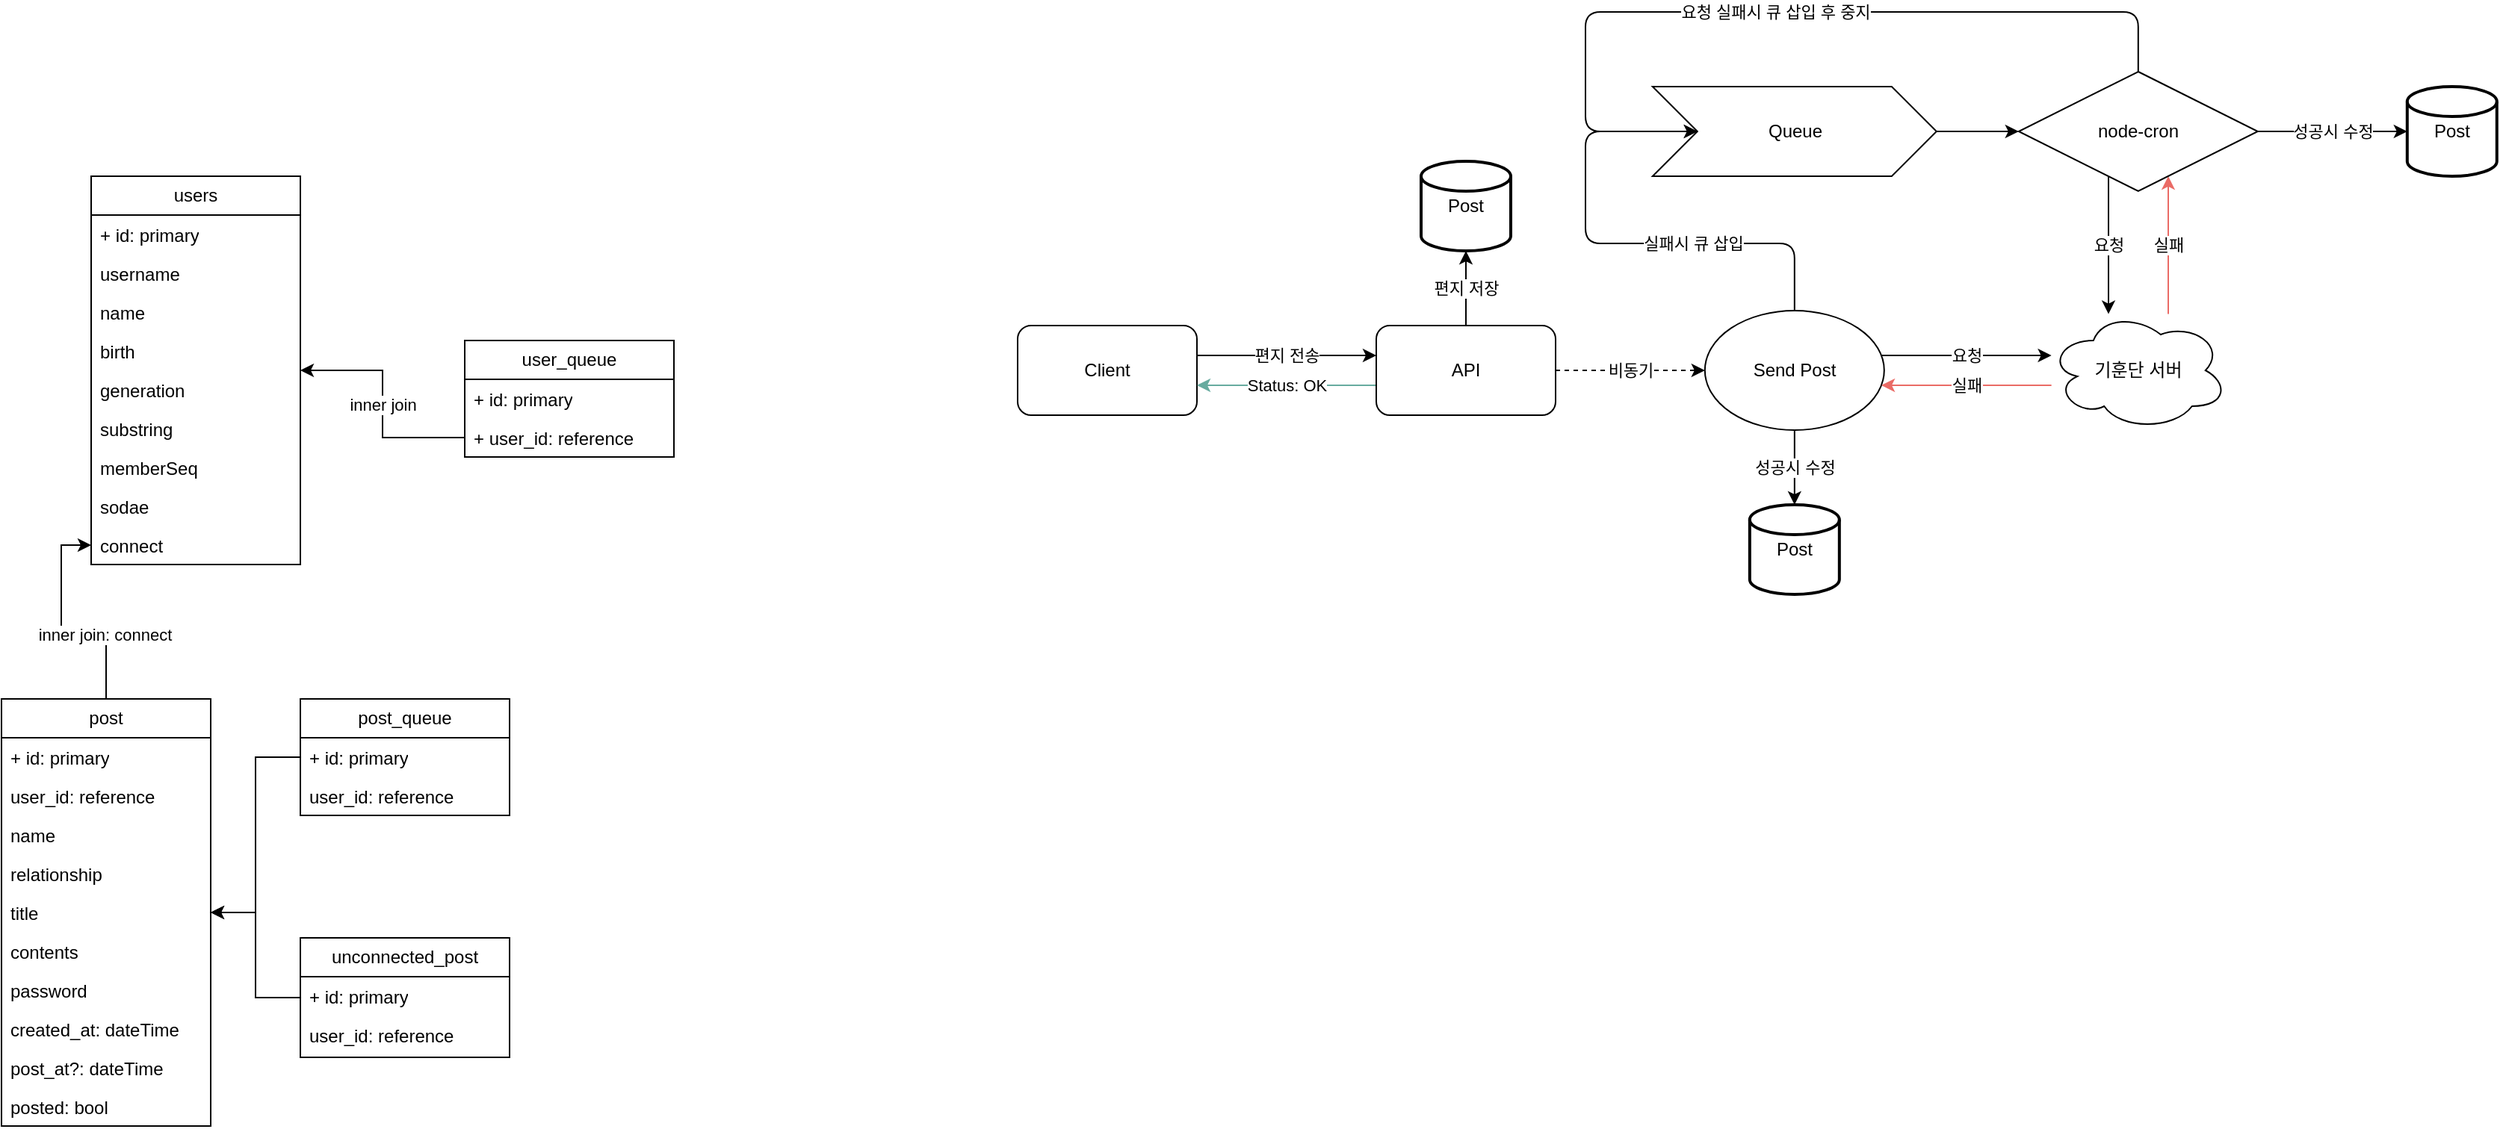
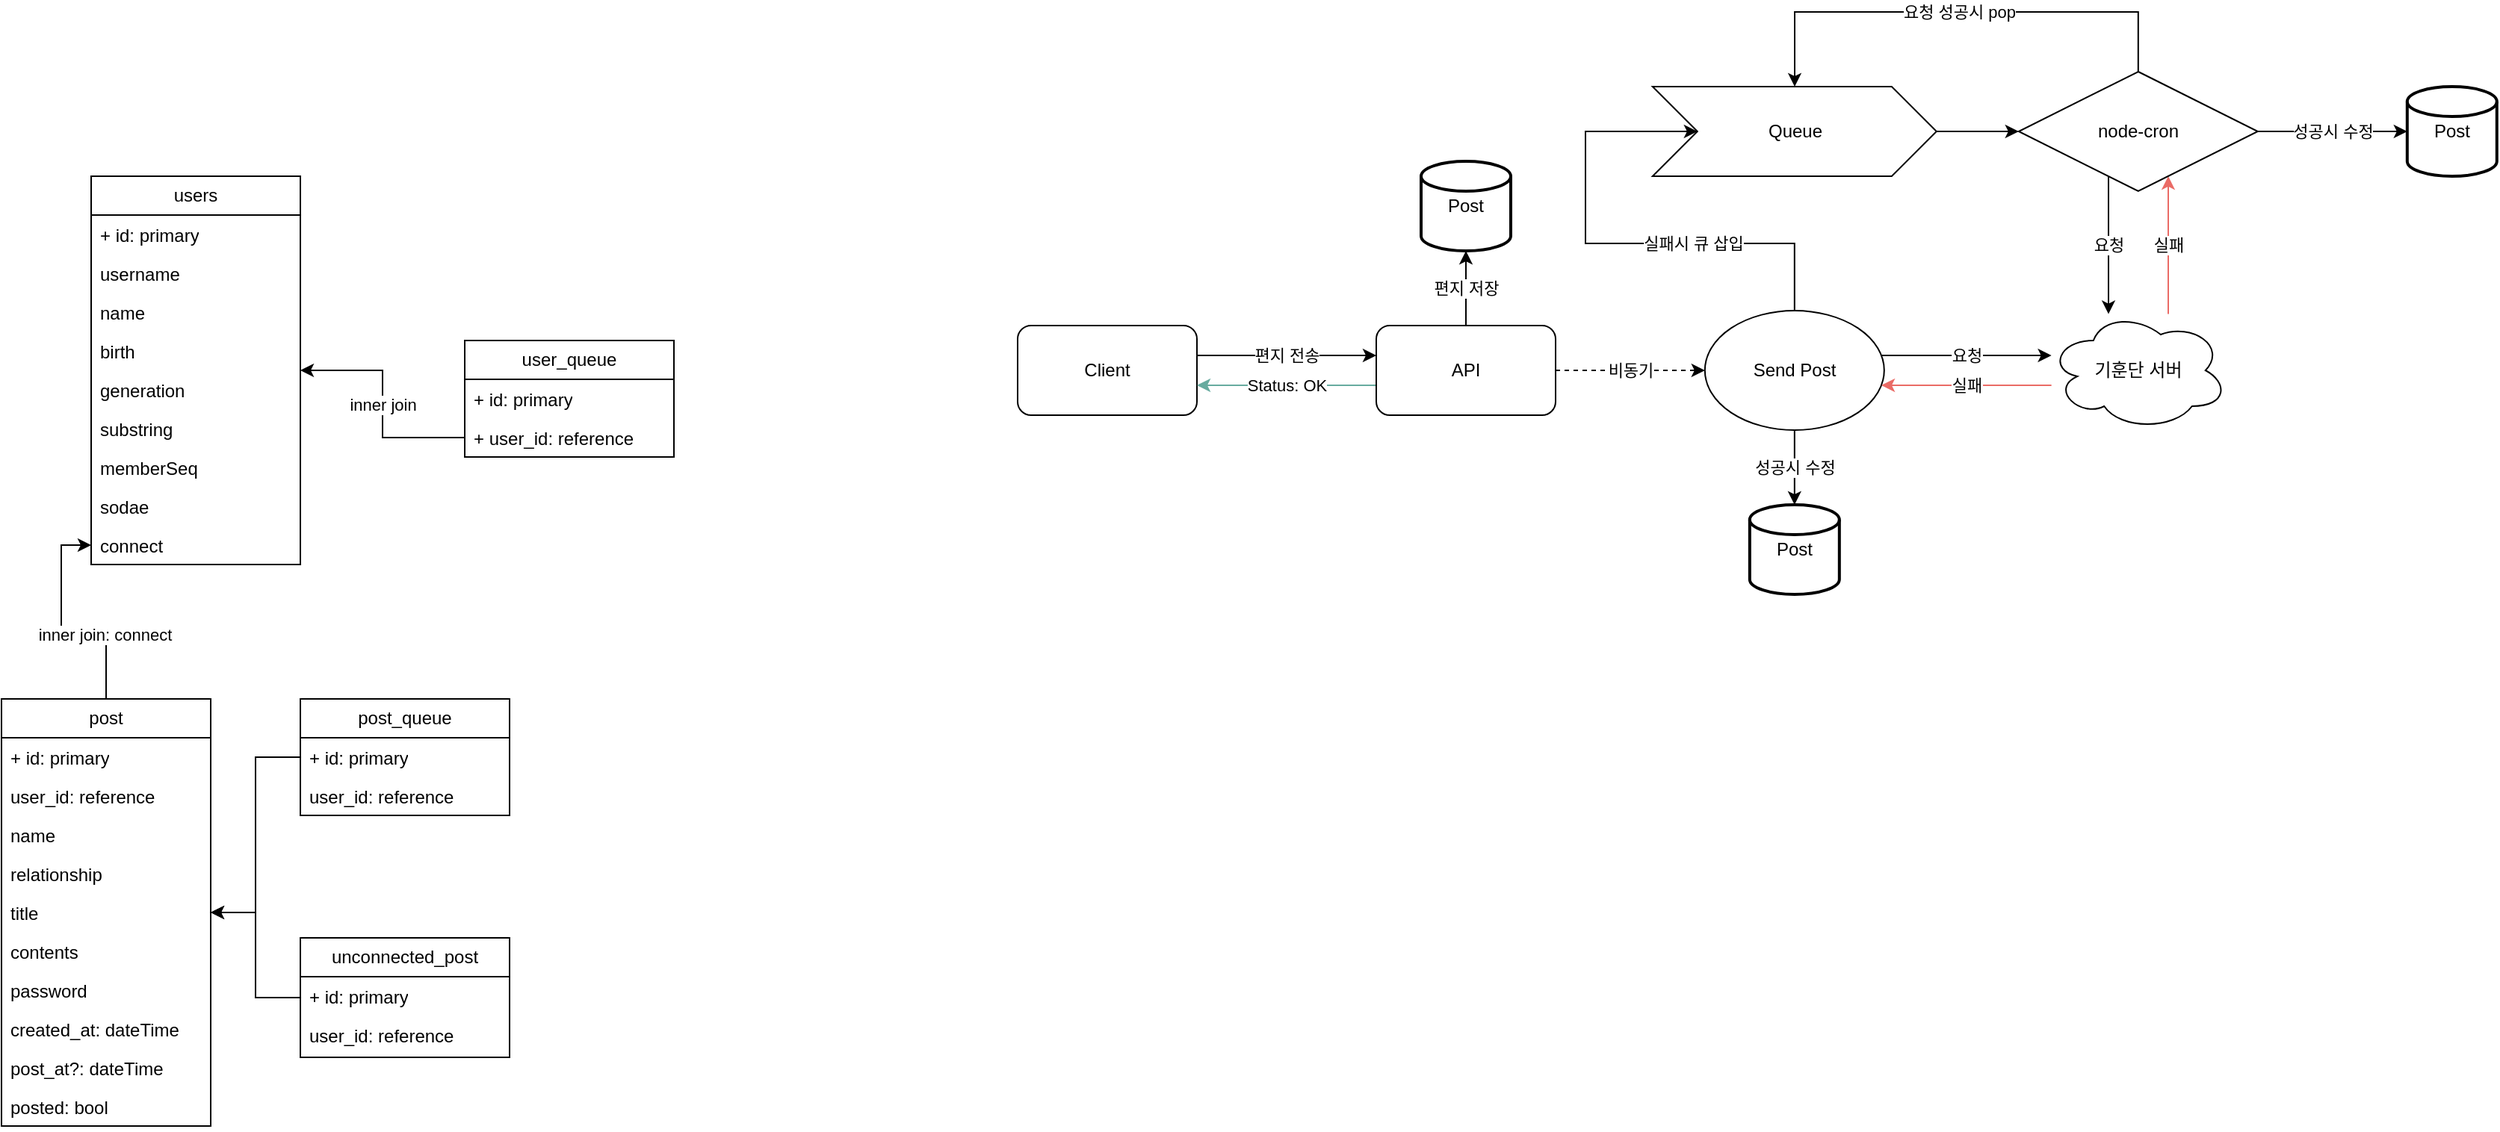
- <mxfile host="app.diagrams.net" modified="2024-04-08T14:21:34.206Z" agent="Mozilla/5.0 (X11; Linux x86_64) AppleWebKit/537.36 (KHTML, like Gecko) Chrome/109.0.0.0 Safari/537.36" etag="FAPJMaf7xXMzCKuL0A_P" version="24.2.2" type="github">
+ <mxfile host="app.diagrams.net" modified="2024-04-08T14:29:32.790Z" agent="Mozilla/5.0 (X11; Linux x86_64) AppleWebKit/537.36 (KHTML, like Gecko) Chrome/109.0.0.0 Safari/537.36" etag="EEj_3m9puOMdSXRLdxun" version="24.2.2" type="github">
  <diagram name="페이지-1" id="YYIqQqlZSumYDMB_ZiYN">
    <mxGraphModel dx="1195" dy="647" grid="1" gridSize="10" guides="1" tooltips="1" connect="1" arrows="1" fold="1" page="1" pageScale="1" pageWidth="827" pageHeight="1169" math="0" shadow="0">
      <root>
        <mxCell id="0" />
        <mxCell id="1" parent="0" />
        <mxCell id="AZsRamwOxZUp80OkMe_C-2" value="users" style="swimlane;fontStyle=0;childLayout=stackLayout;horizontal=1;startSize=26;fillColor=none;horizontalStack=0;resizeParent=1;resizeParentMax=0;resizeLast=0;collapsible=1;marginBottom=0;whiteSpace=wrap;html=1;" parent="1" vertex="1">
          <mxGeometry x="140" y="250" width="140" height="260" as="geometry" />
        </mxCell>
        <mxCell id="AZsRamwOxZUp80OkMe_C-3" value="+ id: primary" style="text;strokeColor=none;fillColor=none;align=left;verticalAlign=top;spacingLeft=4;spacingRight=4;overflow=hidden;rotatable=0;points=[[0,0.5],[1,0.5]];portConstraint=eastwest;whiteSpace=wrap;html=1;" parent="AZsRamwOxZUp80OkMe_C-2" vertex="1">
          <mxGeometry y="26" width="140" height="26" as="geometry" />
        </mxCell>
        <mxCell id="AZsRamwOxZUp80OkMe_C-4" value="username" style="text;strokeColor=none;fillColor=none;align=left;verticalAlign=top;spacingLeft=4;spacingRight=4;overflow=hidden;rotatable=0;points=[[0,0.5],[1,0.5]];portConstraint=eastwest;whiteSpace=wrap;html=1;" parent="AZsRamwOxZUp80OkMe_C-2" vertex="1">
          <mxGeometry y="52" width="140" height="26" as="geometry" />
        </mxCell>
        <mxCell id="AZsRamwOxZUp80OkMe_C-5" value="name" style="text;strokeColor=none;fillColor=none;align=left;verticalAlign=top;spacingLeft=4;spacingRight=4;overflow=hidden;rotatable=0;points=[[0,0.5],[1,0.5]];portConstraint=eastwest;whiteSpace=wrap;html=1;" parent="AZsRamwOxZUp80OkMe_C-2" vertex="1">
          <mxGeometry y="78" width="140" height="26" as="geometry" />
        </mxCell>
        <mxCell id="AZsRamwOxZUp80OkMe_C-10" value="birth" style="text;strokeColor=none;fillColor=none;align=left;verticalAlign=top;spacingLeft=4;spacingRight=4;overflow=hidden;rotatable=0;points=[[0,0.5],[1,0.5]];portConstraint=eastwest;whiteSpace=wrap;html=1;" parent="AZsRamwOxZUp80OkMe_C-2" vertex="1">
          <mxGeometry y="104" width="140" height="26" as="geometry" />
        </mxCell>
        <mxCell id="AZsRamwOxZUp80OkMe_C-11" value="generation" style="text;strokeColor=none;fillColor=none;align=left;verticalAlign=top;spacingLeft=4;spacingRight=4;overflow=hidden;rotatable=0;points=[[0,0.5],[1,0.5]];portConstraint=eastwest;whiteSpace=wrap;html=1;" parent="AZsRamwOxZUp80OkMe_C-2" vertex="1">
          <mxGeometry y="130" width="140" height="26" as="geometry" />
        </mxCell>
        <mxCell id="AZsRamwOxZUp80OkMe_C-12" value="substring" style="text;strokeColor=none;fillColor=none;align=left;verticalAlign=top;spacingLeft=4;spacingRight=4;overflow=hidden;rotatable=0;points=[[0,0.5],[1,0.5]];portConstraint=eastwest;whiteSpace=wrap;html=1;" parent="AZsRamwOxZUp80OkMe_C-2" vertex="1">
          <mxGeometry y="156" width="140" height="26" as="geometry" />
        </mxCell>
        <mxCell id="AZsRamwOxZUp80OkMe_C-15" value="memberSeq" style="text;strokeColor=none;fillColor=none;align=left;verticalAlign=top;spacingLeft=4;spacingRight=4;overflow=hidden;rotatable=0;points=[[0,0.5],[1,0.5]];portConstraint=eastwest;whiteSpace=wrap;html=1;" parent="AZsRamwOxZUp80OkMe_C-2" vertex="1">
          <mxGeometry y="182" width="140" height="26" as="geometry" />
        </mxCell>
        <mxCell id="AZsRamwOxZUp80OkMe_C-14" value="sodae" style="text;strokeColor=none;fillColor=none;align=left;verticalAlign=top;spacingLeft=4;spacingRight=4;overflow=hidden;rotatable=0;points=[[0,0.5],[1,0.5]];portConstraint=eastwest;whiteSpace=wrap;html=1;" parent="AZsRamwOxZUp80OkMe_C-2" vertex="1">
          <mxGeometry y="208" width="140" height="26" as="geometry" />
        </mxCell>
        <mxCell id="AZsRamwOxZUp80OkMe_C-16" value="connect" style="text;strokeColor=none;fillColor=none;align=left;verticalAlign=top;spacingLeft=4;spacingRight=4;overflow=hidden;rotatable=0;points=[[0,0.5],[1,0.5]];portConstraint=eastwest;whiteSpace=wrap;html=1;" parent="AZsRamwOxZUp80OkMe_C-2" vertex="1">
          <mxGeometry y="234" width="140" height="26" as="geometry" />
        </mxCell>
        <mxCell id="AZsRamwOxZUp80OkMe_C-6" value="user_queue" style="swimlane;fontStyle=0;childLayout=stackLayout;horizontal=1;startSize=26;fillColor=none;horizontalStack=0;resizeParent=1;resizeParentMax=0;resizeLast=0;collapsible=1;marginBottom=0;whiteSpace=wrap;html=1;" parent="1" vertex="1">
          <mxGeometry x="390" y="360" width="140" height="78" as="geometry" />
        </mxCell>
        <mxCell id="AZsRamwOxZUp80OkMe_C-18" value="+ id: primary" style="text;strokeColor=none;fillColor=none;align=left;verticalAlign=top;spacingLeft=4;spacingRight=4;overflow=hidden;rotatable=0;points=[[0,0.5],[1,0.5]];portConstraint=eastwest;whiteSpace=wrap;html=1;" parent="AZsRamwOxZUp80OkMe_C-6" vertex="1">
          <mxGeometry y="26" width="140" height="26" as="geometry" />
        </mxCell>
        <mxCell id="AZsRamwOxZUp80OkMe_C-7" value="+ user_id: reference" style="text;strokeColor=none;fillColor=none;align=left;verticalAlign=top;spacingLeft=4;spacingRight=4;overflow=hidden;rotatable=0;points=[[0,0.5],[1,0.5]];portConstraint=eastwest;whiteSpace=wrap;html=1;" parent="AZsRamwOxZUp80OkMe_C-6" vertex="1">
          <mxGeometry y="52" width="140" height="26" as="geometry" />
        </mxCell>
        <mxCell id="AZsRamwOxZUp80OkMe_C-19" value="inner join" style="edgeStyle=orthogonalEdgeStyle;rounded=0;orthogonalLoop=1;jettySize=auto;html=1;" parent="1" source="AZsRamwOxZUp80OkMe_C-7" target="AZsRamwOxZUp80OkMe_C-2" edge="1">
          <mxGeometry relative="1" as="geometry" />
        </mxCell>
        <mxCell id="F6sanjwA14LKa2ckui42-2" style="edgeStyle=orthogonalEdgeStyle;rounded=0;orthogonalLoop=1;jettySize=auto;html=1;" parent="1" source="AZsRamwOxZUp80OkMe_C-20" target="AZsRamwOxZUp80OkMe_C-16" edge="1">
          <mxGeometry relative="1" as="geometry" />
        </mxCell>
        <mxCell id="F6sanjwA14LKa2ckui42-3" value="inner join: connect" style="edgeLabel;html=1;align=center;verticalAlign=middle;resizable=0;points=[];" parent="F6sanjwA14LKa2ckui42-2" vertex="1" connectable="0">
          <mxGeometry x="-0.4284" y="1" relative="1" as="geometry">
            <mxPoint as="offset" />
          </mxGeometry>
        </mxCell>
        <mxCell id="AZsRamwOxZUp80OkMe_C-20" value="post" style="swimlane;fontStyle=0;childLayout=stackLayout;horizontal=1;startSize=26;fillColor=none;horizontalStack=0;resizeParent=1;resizeParentMax=0;resizeLast=0;collapsible=1;marginBottom=0;whiteSpace=wrap;html=1;" parent="1" vertex="1">
          <mxGeometry x="80" y="600" width="140" height="286" as="geometry" />
        </mxCell>
        <mxCell id="AZsRamwOxZUp80OkMe_C-21" value="+ id: primary" style="text;strokeColor=none;fillColor=none;align=left;verticalAlign=top;spacingLeft=4;spacingRight=4;overflow=hidden;rotatable=0;points=[[0,0.5],[1,0.5]];portConstraint=eastwest;whiteSpace=wrap;html=1;" parent="AZsRamwOxZUp80OkMe_C-20" vertex="1">
          <mxGeometry y="26" width="140" height="26" as="geometry" />
        </mxCell>
        <mxCell id="AZsRamwOxZUp80OkMe_C-22" value="user_id: reference" style="text;strokeColor=none;fillColor=none;align=left;verticalAlign=top;spacingLeft=4;spacingRight=4;overflow=hidden;rotatable=0;points=[[0,0.5],[1,0.5]];portConstraint=eastwest;whiteSpace=wrap;html=1;" parent="AZsRamwOxZUp80OkMe_C-20" vertex="1">
          <mxGeometry y="52" width="140" height="26" as="geometry" />
        </mxCell>
        <mxCell id="AZsRamwOxZUp80OkMe_C-23" value="name" style="text;strokeColor=none;fillColor=none;align=left;verticalAlign=top;spacingLeft=4;spacingRight=4;overflow=hidden;rotatable=0;points=[[0,0.5],[1,0.5]];portConstraint=eastwest;whiteSpace=wrap;html=1;" parent="AZsRamwOxZUp80OkMe_C-20" vertex="1">
          <mxGeometry y="78" width="140" height="26" as="geometry" />
        </mxCell>
        <mxCell id="AZsRamwOxZUp80OkMe_C-24" value="relationship" style="text;strokeColor=none;fillColor=none;align=left;verticalAlign=top;spacingLeft=4;spacingRight=4;overflow=hidden;rotatable=0;points=[[0,0.5],[1,0.5]];portConstraint=eastwest;whiteSpace=wrap;html=1;" parent="AZsRamwOxZUp80OkMe_C-20" vertex="1">
          <mxGeometry y="104" width="140" height="26" as="geometry" />
        </mxCell>
        <mxCell id="AZsRamwOxZUp80OkMe_C-25" value="title" style="text;strokeColor=none;fillColor=none;align=left;verticalAlign=top;spacingLeft=4;spacingRight=4;overflow=hidden;rotatable=0;points=[[0,0.5],[1,0.5]];portConstraint=eastwest;whiteSpace=wrap;html=1;" parent="AZsRamwOxZUp80OkMe_C-20" vertex="1">
          <mxGeometry y="130" width="140" height="26" as="geometry" />
        </mxCell>
        <mxCell id="AZsRamwOxZUp80OkMe_C-26" value="contents" style="text;strokeColor=none;fillColor=none;align=left;verticalAlign=top;spacingLeft=4;spacingRight=4;overflow=hidden;rotatable=0;points=[[0,0.5],[1,0.5]];portConstraint=eastwest;whiteSpace=wrap;html=1;" parent="AZsRamwOxZUp80OkMe_C-20" vertex="1">
          <mxGeometry y="156" width="140" height="26" as="geometry" />
        </mxCell>
        <mxCell id="AZsRamwOxZUp80OkMe_C-27" value="password" style="text;strokeColor=none;fillColor=none;align=left;verticalAlign=top;spacingLeft=4;spacingRight=4;overflow=hidden;rotatable=0;points=[[0,0.5],[1,0.5]];portConstraint=eastwest;whiteSpace=wrap;html=1;" parent="AZsRamwOxZUp80OkMe_C-20" vertex="1">
          <mxGeometry y="182" width="140" height="26" as="geometry" />
        </mxCell>
        <mxCell id="AZsRamwOxZUp80OkMe_C-28" value="created_at: dateTime" style="text;strokeColor=none;fillColor=none;align=left;verticalAlign=top;spacingLeft=4;spacingRight=4;overflow=hidden;rotatable=0;points=[[0,0.5],[1,0.5]];portConstraint=eastwest;whiteSpace=wrap;html=1;" parent="AZsRamwOxZUp80OkMe_C-20" vertex="1">
          <mxGeometry y="208" width="140" height="26" as="geometry" />
        </mxCell>
        <mxCell id="AZsRamwOxZUp80OkMe_C-41" value="post_at?: dateTime" style="text;strokeColor=none;fillColor=none;align=left;verticalAlign=top;spacingLeft=4;spacingRight=4;overflow=hidden;rotatable=0;points=[[0,0.5],[1,0.5]];portConstraint=eastwest;whiteSpace=wrap;html=1;" parent="AZsRamwOxZUp80OkMe_C-20" vertex="1">
          <mxGeometry y="234" width="140" height="26" as="geometry" />
        </mxCell>
        <mxCell id="AZsRamwOxZUp80OkMe_C-42" value="posted: bool" style="text;strokeColor=none;fillColor=none;align=left;verticalAlign=top;spacingLeft=4;spacingRight=4;overflow=hidden;rotatable=0;points=[[0,0.5],[1,0.5]];portConstraint=eastwest;whiteSpace=wrap;html=1;" parent="AZsRamwOxZUp80OkMe_C-20" vertex="1">
          <mxGeometry y="260" width="140" height="26" as="geometry" />
        </mxCell>
        <mxCell id="F6sanjwA14LKa2ckui42-4" style="edgeStyle=orthogonalEdgeStyle;rounded=0;orthogonalLoop=1;jettySize=auto;html=1;" parent="1" source="AZsRamwOxZUp80OkMe_C-30" target="AZsRamwOxZUp80OkMe_C-20" edge="1">
          <mxGeometry relative="1" as="geometry" />
        </mxCell>
        <mxCell id="AZsRamwOxZUp80OkMe_C-30" value="post_queue" style="swimlane;fontStyle=0;childLayout=stackLayout;horizontal=1;startSize=26;fillColor=none;horizontalStack=0;resizeParent=1;resizeParentMax=0;resizeLast=0;collapsible=1;marginBottom=0;whiteSpace=wrap;html=1;" parent="1" vertex="1">
          <mxGeometry x="280" y="600" width="140" height="78" as="geometry" />
        </mxCell>
        <mxCell id="AZsRamwOxZUp80OkMe_C-31" value="+ id: primary" style="text;strokeColor=none;fillColor=none;align=left;verticalAlign=top;spacingLeft=4;spacingRight=4;overflow=hidden;rotatable=0;points=[[0,0.5],[1,0.5]];portConstraint=eastwest;whiteSpace=wrap;html=1;" parent="AZsRamwOxZUp80OkMe_C-30" vertex="1">
          <mxGeometry y="26" width="140" height="26" as="geometry" />
        </mxCell>
        <mxCell id="AZsRamwOxZUp80OkMe_C-32" value="user_id: reference" style="text;strokeColor=none;fillColor=none;align=left;verticalAlign=top;spacingLeft=4;spacingRight=4;overflow=hidden;rotatable=0;points=[[0,0.5],[1,0.5]];portConstraint=eastwest;whiteSpace=wrap;html=1;" parent="AZsRamwOxZUp80OkMe_C-30" vertex="1">
          <mxGeometry y="52" width="140" height="26" as="geometry" />
        </mxCell>
        <mxCell id="F6sanjwA14LKa2ckui42-5" style="edgeStyle=orthogonalEdgeStyle;rounded=0;orthogonalLoop=1;jettySize=auto;html=1;" parent="1" source="AZsRamwOxZUp80OkMe_C-46" target="AZsRamwOxZUp80OkMe_C-20" edge="1">
          <mxGeometry relative="1" as="geometry" />
        </mxCell>
        <mxCell id="AZsRamwOxZUp80OkMe_C-46" value="unconnected_post" style="swimlane;fontStyle=0;childLayout=stackLayout;horizontal=1;startSize=26;fillColor=none;horizontalStack=0;resizeParent=1;resizeParentMax=0;resizeLast=0;collapsible=1;marginBottom=0;whiteSpace=wrap;html=1;" parent="1" vertex="1">
          <mxGeometry x="280" y="760" width="140" height="80" as="geometry" />
        </mxCell>
        <mxCell id="AZsRamwOxZUp80OkMe_C-47" value="+ id: primary" style="text;strokeColor=none;fillColor=none;align=left;verticalAlign=top;spacingLeft=4;spacingRight=4;overflow=hidden;rotatable=0;points=[[0,0.5],[1,0.5]];portConstraint=eastwest;whiteSpace=wrap;html=1;" parent="AZsRamwOxZUp80OkMe_C-46" vertex="1">
          <mxGeometry y="26" width="140" height="26" as="geometry" />
        </mxCell>
        <mxCell id="AZsRamwOxZUp80OkMe_C-48" value="user_id: reference" style="text;strokeColor=none;fillColor=none;align=left;verticalAlign=top;spacingLeft=4;spacingRight=4;overflow=hidden;rotatable=0;points=[[0,0.5],[1,0.5]];portConstraint=eastwest;whiteSpace=wrap;html=1;" parent="AZsRamwOxZUp80OkMe_C-46" vertex="1">
          <mxGeometry y="52" width="140" height="28" as="geometry" />
        </mxCell>
        <mxCell id="TXcI-fBlLuWAS2TPfB02-3" value="요청" style="edgeStyle=orthogonalEdgeStyle;rounded=0;orthogonalLoop=1;jettySize=auto;html=1;" edge="1" parent="1" source="TXcI-fBlLuWAS2TPfB02-1" target="TXcI-fBlLuWAS2TPfB02-2">
          <mxGeometry relative="1" as="geometry">
            <Array as="points">
              <mxPoint x="1389.91" y="370" />
              <mxPoint x="1389.91" y="370" />
            </Array>
          </mxGeometry>
        </mxCell>
-         <mxCell id="TXcI-fBlLuWAS2TPfB02-5" value="" style="edgeStyle=orthogonalEdgeStyle;rounded=1;orthogonalLoop=1;jettySize=auto;html=1;entryX=0;entryY=0.5;entryDx=30;entryDy=0;entryPerimeter=0;curved=0;" edge="1" parent="1" source="TXcI-fBlLuWAS2TPfB02-1" target="TXcI-fBlLuWAS2TPfB02-9">
+         <mxCell id="TXcI-fBlLuWAS2TPfB02-5" value="" style="edgeStyle=orthogonalEdgeStyle;rounded=0;orthogonalLoop=1;jettySize=auto;html=1;entryX=0;entryY=0.5;entryDx=30;entryDy=0;entryPerimeter=0;curved=0;" edge="1" parent="1" source="TXcI-fBlLuWAS2TPfB02-1" target="TXcI-fBlLuWAS2TPfB02-9">
          <mxGeometry relative="1" as="geometry">
            <mxPoint x="1279.91" y="280" as="targetPoint" />
            <Array as="points">
              <mxPoint x="1280" y="295" />
              <mxPoint x="1140" y="295" />
              <mxPoint x="1140" y="220" />
            </Array>
          </mxGeometry>
        </mxCell>
        <mxCell id="TXcI-fBlLuWAS2TPfB02-33" value="실패시 큐 삽입" style="edgeLabel;html=1;align=center;verticalAlign=middle;resizable=0;points=[];" vertex="1" connectable="0" parent="TXcI-fBlLuWAS2TPfB02-5">
          <mxGeometry x="-0.3238" relative="1" as="geometry">
            <mxPoint as="offset" />
          </mxGeometry>
        </mxCell>
        <mxCell id="TXcI-fBlLuWAS2TPfB02-31" value="성공시 수정" style="edgeStyle=orthogonalEdgeStyle;rounded=0;orthogonalLoop=1;jettySize=auto;html=1;" edge="1" parent="1" source="TXcI-fBlLuWAS2TPfB02-1" target="TXcI-fBlLuWAS2TPfB02-29">
          <mxGeometry relative="1" as="geometry" />
        </mxCell>
        <mxCell id="TXcI-fBlLuWAS2TPfB02-1" value="Send Post" style="ellipse;whiteSpace=wrap;html=1;" vertex="1" parent="1">
          <mxGeometry x="1219.91" y="340" width="120" height="80" as="geometry" />
        </mxCell>
        <mxCell id="TXcI-fBlLuWAS2TPfB02-6" value="실패" style="edgeStyle=orthogonalEdgeStyle;rounded=0;orthogonalLoop=1;jettySize=auto;html=1;strokeColor=#EA6B66;" edge="1" parent="1" source="TXcI-fBlLuWAS2TPfB02-2" target="TXcI-fBlLuWAS2TPfB02-1">
          <mxGeometry relative="1" as="geometry">
            <Array as="points">
              <mxPoint x="1389.91" y="390" />
              <mxPoint x="1389.91" y="390" />
            </Array>
          </mxGeometry>
        </mxCell>
        <mxCell id="TXcI-fBlLuWAS2TPfB02-35" value="실패" style="edgeStyle=orthogonalEdgeStyle;rounded=0;orthogonalLoop=1;jettySize=auto;html=1;strokeColor=#EA6B66;" edge="1" parent="1" source="TXcI-fBlLuWAS2TPfB02-2" target="TXcI-fBlLuWAS2TPfB02-27">
          <mxGeometry relative="1" as="geometry">
            <Array as="points">
              <mxPoint x="1530" y="300" />
              <mxPoint x="1530" y="300" />
            </Array>
          </mxGeometry>
        </mxCell>
        <mxCell id="TXcI-fBlLuWAS2TPfB02-2" value="기훈단 서버" style="ellipse;shape=cloud;whiteSpace=wrap;html=1;" vertex="1" parent="1">
          <mxGeometry x="1449.91" y="340" width="120" height="80" as="geometry" />
        </mxCell>
        <mxCell id="TXcI-fBlLuWAS2TPfB02-11" style="edgeStyle=orthogonalEdgeStyle;rounded=0;orthogonalLoop=1;jettySize=auto;html=1;" edge="1" parent="1" source="TXcI-fBlLuWAS2TPfB02-9" target="TXcI-fBlLuWAS2TPfB02-27">
          <mxGeometry relative="1" as="geometry">
            <mxPoint x="1449.9099999999999" y="220" as="targetPoint" />
            <Array as="points" />
          </mxGeometry>
        </mxCell>
        <mxCell id="TXcI-fBlLuWAS2TPfB02-9" value="Queue" style="html=1;shadow=0;dashed=0;align=center;verticalAlign=middle;shape=mxgraph.arrows2.arrow;dy=0;dx=30;notch=30;" vertex="1" parent="1">
          <mxGeometry x="1184.91" y="190" width="190" height="60" as="geometry" />
        </mxCell>
        <mxCell id="TXcI-fBlLuWAS2TPfB02-13" value="요청" style="edgeStyle=orthogonalEdgeStyle;rounded=0;orthogonalLoop=1;jettySize=auto;html=1;" edge="1" parent="1" source="TXcI-fBlLuWAS2TPfB02-27" target="TXcI-fBlLuWAS2TPfB02-2">
          <mxGeometry relative="1" as="geometry">
            <mxPoint x="1509.9099999999999" y="250" as="sourcePoint" />
            <Array as="points">
              <mxPoint x="1490" y="290" />
              <mxPoint x="1490" y="290" />
            </Array>
          </mxGeometry>
        </mxCell>
        <mxCell id="TXcI-fBlLuWAS2TPfB02-15" value="성공시 수정" style="edgeStyle=orthogonalEdgeStyle;rounded=0;orthogonalLoop=1;jettySize=auto;html=1;" edge="1" parent="1" source="TXcI-fBlLuWAS2TPfB02-27" target="TXcI-fBlLuWAS2TPfB02-14">
          <mxGeometry relative="1" as="geometry">
            <mxPoint x="1569.9099999999999" y="220" as="sourcePoint" />
            <Array as="points" />
          </mxGeometry>
        </mxCell>
-         <mxCell id="TXcI-fBlLuWAS2TPfB02-16" value="요청 실패시 큐 삽입 후 중지" style="edgeStyle=orthogonalEdgeStyle;rounded=1;orthogonalLoop=1;jettySize=auto;html=1;entryX=0;entryY=0.5;entryDx=30;entryDy=0;entryPerimeter=0;curved=0;" edge="1" parent="1" source="TXcI-fBlLuWAS2TPfB02-27" target="TXcI-fBlLuWAS2TPfB02-9">
-           <mxGeometry x="-0.0001" relative="1" as="geometry">
-             <mxPoint x="1509.9142857142856" y="190" as="sourcePoint" />
-             <Array as="points">
-               <mxPoint x="1510" y="140" />
-               <mxPoint x="1140" y="140" />
-               <mxPoint x="1140" y="220" />
-             </Array>
-             <mxPoint as="offset" />
-           </mxGeometry>
-         </mxCell>
        <mxCell id="TXcI-fBlLuWAS2TPfB02-14" value="Post" style="strokeWidth=2;html=1;shape=mxgraph.flowchart.database;whiteSpace=wrap;" vertex="1" parent="1">
          <mxGeometry x="1689.91" y="190" width="60" height="60" as="geometry" />
        </mxCell>
        <mxCell id="TXcI-fBlLuWAS2TPfB02-21" value="편지 전송" style="edgeStyle=orthogonalEdgeStyle;rounded=0;orthogonalLoop=1;jettySize=auto;html=1;" edge="1" parent="1" source="TXcI-fBlLuWAS2TPfB02-19" target="TXcI-fBlLuWAS2TPfB02-22">
          <mxGeometry relative="1" as="geometry">
            <mxPoint x="970" y="380" as="targetPoint" />
            <Array as="points">
              <mxPoint x="960" y="370" />
              <mxPoint x="960" y="370" />
            </Array>
          </mxGeometry>
        </mxCell>
        <mxCell id="TXcI-fBlLuWAS2TPfB02-19" value="Client" style="rounded=1;whiteSpace=wrap;html=1;" vertex="1" parent="1">
          <mxGeometry x="760" y="350" width="120" height="60" as="geometry" />
        </mxCell>
        <mxCell id="TXcI-fBlLuWAS2TPfB02-20" value="Post" style="strokeWidth=2;html=1;shape=mxgraph.flowchart.database;whiteSpace=wrap;" vertex="1" parent="1">
          <mxGeometry x="1030" y="240" width="60" height="60" as="geometry" />
        </mxCell>
        <mxCell id="TXcI-fBlLuWAS2TPfB02-23" value="편지 저장" style="edgeStyle=orthogonalEdgeStyle;rounded=0;orthogonalLoop=1;jettySize=auto;html=1;" edge="1" parent="1" source="TXcI-fBlLuWAS2TPfB02-22" target="TXcI-fBlLuWAS2TPfB02-20">
          <mxGeometry relative="1" as="geometry" />
        </mxCell>
        <mxCell id="TXcI-fBlLuWAS2TPfB02-24" value="비동기" style="edgeStyle=orthogonalEdgeStyle;rounded=0;orthogonalLoop=1;jettySize=auto;html=1;dashed=1;" edge="1" parent="1" source="TXcI-fBlLuWAS2TPfB02-22" target="TXcI-fBlLuWAS2TPfB02-1">
          <mxGeometry relative="1" as="geometry" />
        </mxCell>
        <mxCell id="TXcI-fBlLuWAS2TPfB02-26" value="Status: OK" style="edgeStyle=orthogonalEdgeStyle;rounded=0;orthogonalLoop=1;jettySize=auto;html=1;strokeColor=#67AB9F;" edge="1" parent="1" source="TXcI-fBlLuWAS2TPfB02-22" target="TXcI-fBlLuWAS2TPfB02-19">
          <mxGeometry relative="1" as="geometry">
            <Array as="points">
              <mxPoint x="960" y="390" />
              <mxPoint x="960" y="390" />
            </Array>
          </mxGeometry>
        </mxCell>
        <mxCell id="TXcI-fBlLuWAS2TPfB02-22" value="API" style="rounded=1;whiteSpace=wrap;html=1;" vertex="1" parent="1">
          <mxGeometry x="1000" y="350" width="120" height="60" as="geometry" />
+         </mxCell>
+         <mxCell id="TXcI-fBlLuWAS2TPfB02-37" value="요청 성공시 pop" style="edgeStyle=orthogonalEdgeStyle;rounded=0;orthogonalLoop=1;jettySize=auto;html=1;" edge="1" parent="1" source="TXcI-fBlLuWAS2TPfB02-27" target="TXcI-fBlLuWAS2TPfB02-9">
+           <mxGeometry relative="1" as="geometry">
+             <Array as="points">
+               <mxPoint x="1510" y="140" />
+               <mxPoint x="1280" y="140" />
+             </Array>
+           </mxGeometry>
        </mxCell>
        <mxCell id="TXcI-fBlLuWAS2TPfB02-27" value="node-cron" style="rhombus;whiteSpace=wrap;html=1;" vertex="1" parent="1">
          <mxGeometry x="1429.91" y="180" width="160" height="80" as="geometry" />
        </mxCell>
        <mxCell id="TXcI-fBlLuWAS2TPfB02-29" value="Post" style="strokeWidth=2;html=1;shape=mxgraph.flowchart.database;whiteSpace=wrap;" vertex="1" parent="1">
          <mxGeometry x="1249.91" y="470" width="60" height="60" as="geometry" />
        </mxCell>
      </root>
    </mxGraphModel>
  </diagram>
</mxfile>
